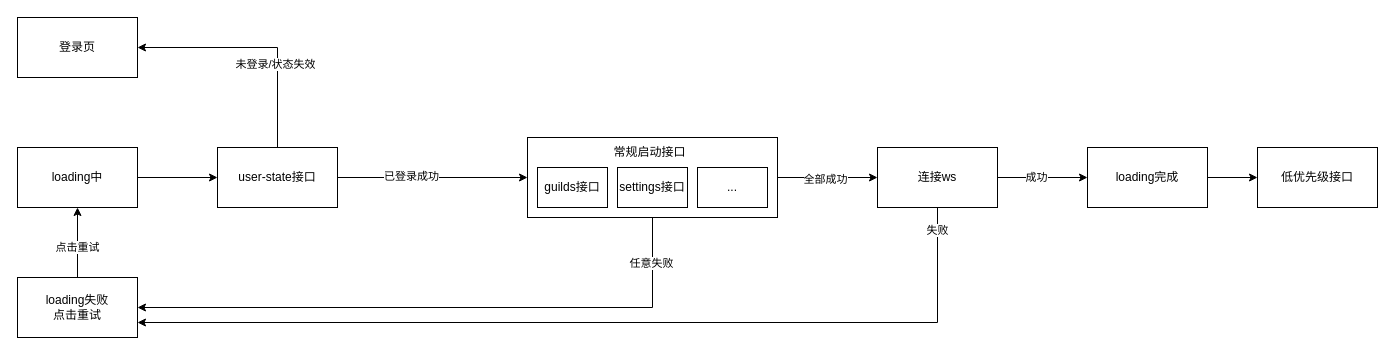
Earlier version of the draw.io diagram loading过程优化.drawio (ccccccp/draw-io). Source tidied: cells renumbered, new cells numbered last; positions are measured from the earlier drawing's top-left corner, leaving out a move shared by most shapes. Both pictures are drawn from the tidied source at 100%, with x=0, y=0 at pixel (17, 17).
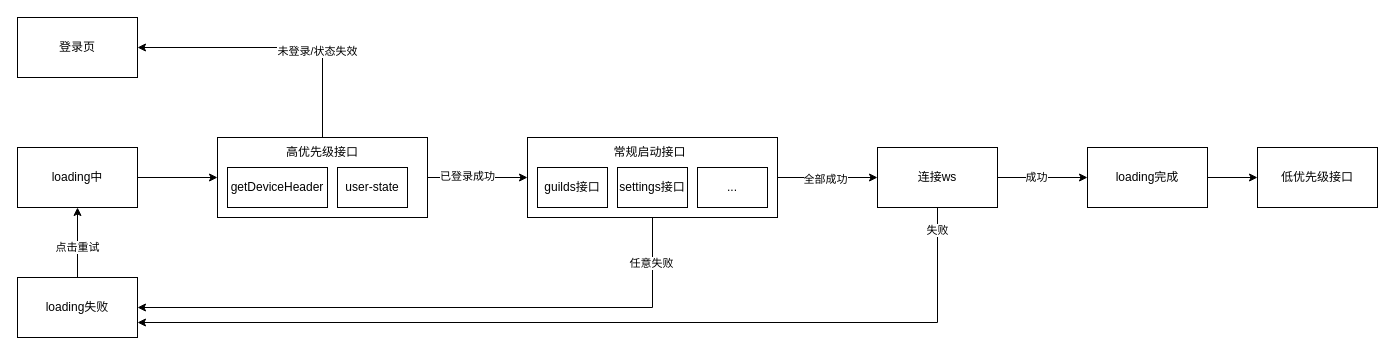
The same page after the edit.

Commit message (it also covers changes not shown here):
更新loading过程优化.drawio

Diff of the diagram source:
```diff
@@
-    <mxCell id="3" value="user-state接口" style="rounded=0;whiteSpace=wrap;html=1;" parent="1" vertex="1">
-      <mxGeometry x="200" y="130" width="120" height="60" as="geometry" />
+    <mxCell id="3" style="rounded=0;whiteSpace=wrap;html=1;" parent="1" vertex="1">
+      <mxGeometry x="200" y="120" width="210" height="80" as="geometry" />
     </mxCell>
@@
-    <mxCell id="26" value="loading失败&lt;br&gt;点击重试" style="rounded=0;whiteSpace=wrap;html=1;" parent="1" vertex="1">
+    <mxCell id="26" value="loading失败" style="rounded=0;whiteSpace=wrap;html=1;" parent="1" vertex="1">
       <mxGeometry y="260" width="120" height="60" as="geometry" />
     </mxCell>
@@
+    <mxCell id="30" value="高优先级接口" style="text;html=1;strokeColor=none;fillColor=none;align=center;verticalAlign=middle;whiteSpace=wrap;rounded=0;" parent="1" vertex="1">
+      <mxGeometry x="230" y="120" width="150" height="30" as="geometry" />
+    </mxCell>
+    <mxCell id="31" value="getDeviceHeader" style="rounded=0;whiteSpace=wrap;html=1;" parent="1" vertex="1">
+      <mxGeometry x="210" y="150" width="100" height="40" as="geometry" />
+    </mxCell>
+    <mxCell id="32" value="user-state" style="rounded=0;whiteSpace=wrap;html=1;" parent="1" vertex="1">
+      <mxGeometry x="320" y="150" width="70" height="40" as="geometry" />
+    </mxCell>
```
